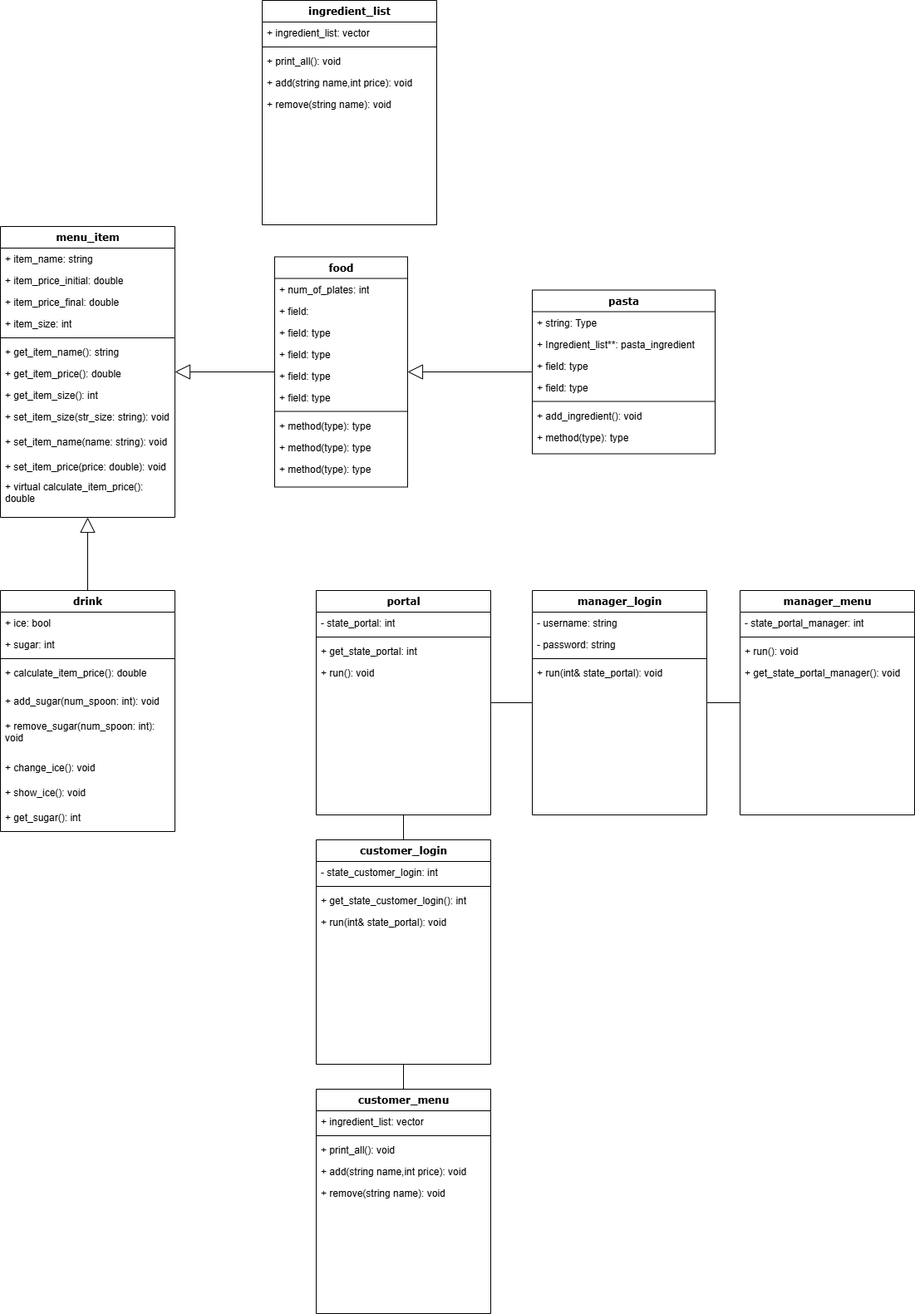
SohamA12345/Project keeps this draw.io diagram as UML.png. Above is the earlier version. Source tidied: cells renumbered, new cells last; positions are measured from the earlier drawing's top-left corner, leaving out a move shared by most shapes.
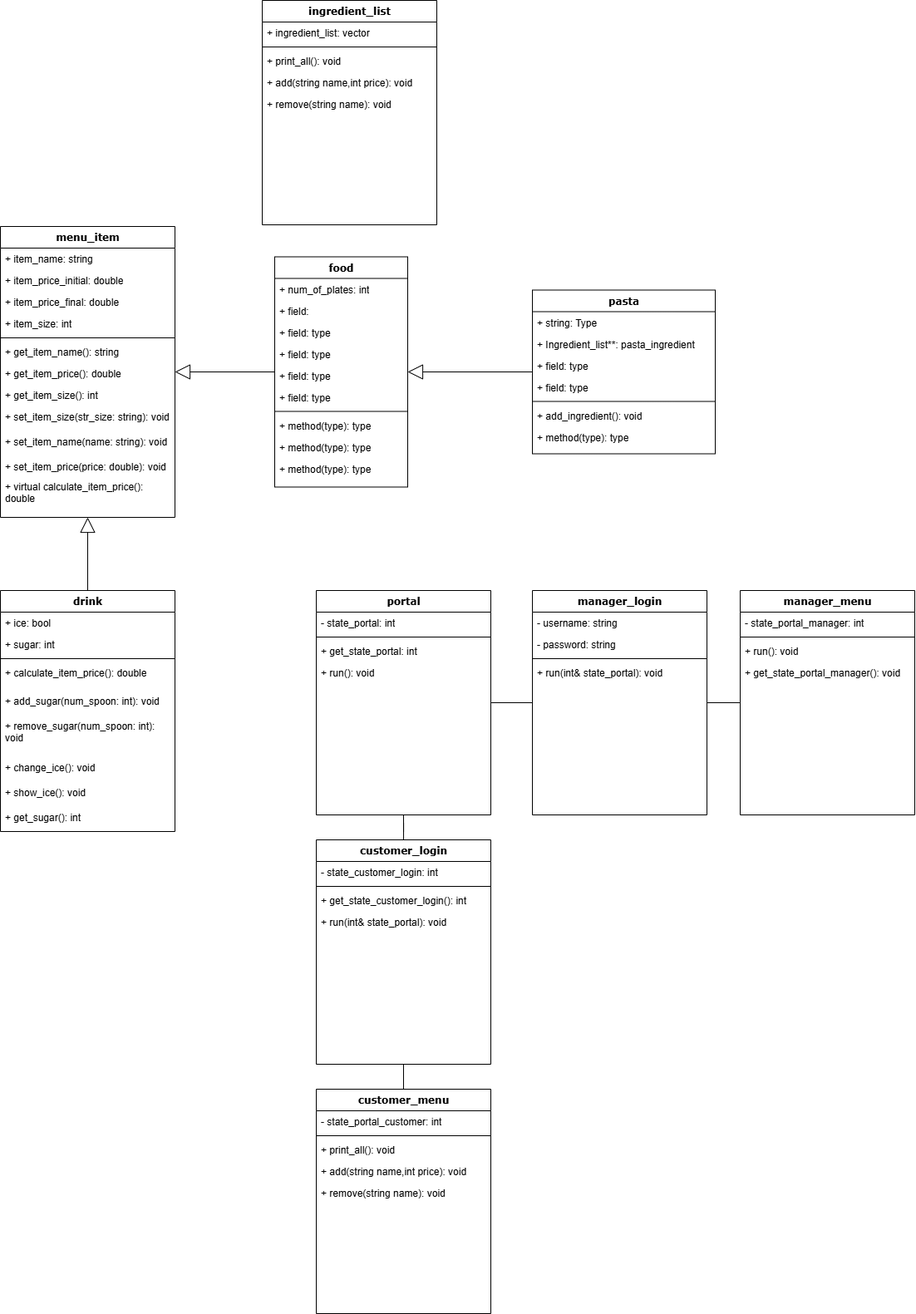
After the change.

The edit, as a diff of the source:
```diff
@@ -215,7 +215,7 @@
     <mxCell id="72" value="customer_menu" style="swimlane;html=1;fontStyle=1;align=center;verticalAlign=top;horizontal=1;startSize=26;swimlaneFillColor=#ffffff;rounded=0;shadow=0;comic=0;labelBackgroundColor=none;strokeWidth=1;fillColor=none;fontFamily=Verdana;fontSize=12;" parent="1" vertex="1">
       <mxGeometry x="380" y="1310" width="210" height="270" as="geometry" />
     </mxCell>
-    <mxCell id="73" value="+ ingredient_list: vector" style="text;html=1;strokeColor=none;fillColor=none;align=left;verticalAlign=top;spacingLeft=4;spacingRight=4;whiteSpace=wrap;overflow=hidden;" parent="72" vertex="1">
+    <mxCell id="73" value="- state_portal_customer: int" style="text;html=1;strokeColor=none;fillColor=none;align=left;verticalAlign=top;spacingLeft=4;spacingRight=4;whiteSpace=wrap;overflow=hidden;" parent="72" vertex="1">
       <mxGeometry y="26" width="210" height="26" as="geometry" />
     </mxCell>
     <mxCell id="74" style="line;html=1;strokeWidth=1;fillColor=none;align=left;verticalAlign=middle;spacingTop=-1;spacingLeft=3;spacingRight=3;labelPosition=right;" parent="72" vertex="1">
```
